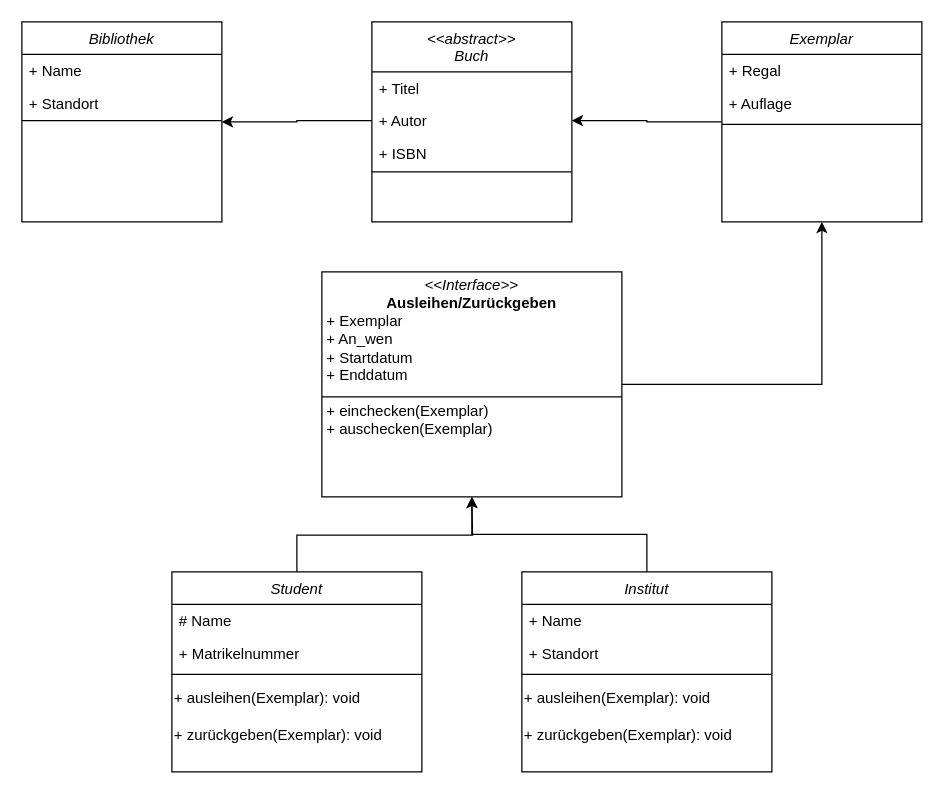
The draw.io diagram 01-05 ER, XML und Klassendiagramm/Aufgabe03/Aufgabe03.drawio in R4Tobi/modellierung, before the edit. Source tidied: cells renumbered, new cells numbered last; positions are measured from the earlier drawing's top-left corner, leaving out a move shared by most shapes. Both pictures are drawn from the tidied source at 125%, with x=0, y=0 at pixel (21, 21).
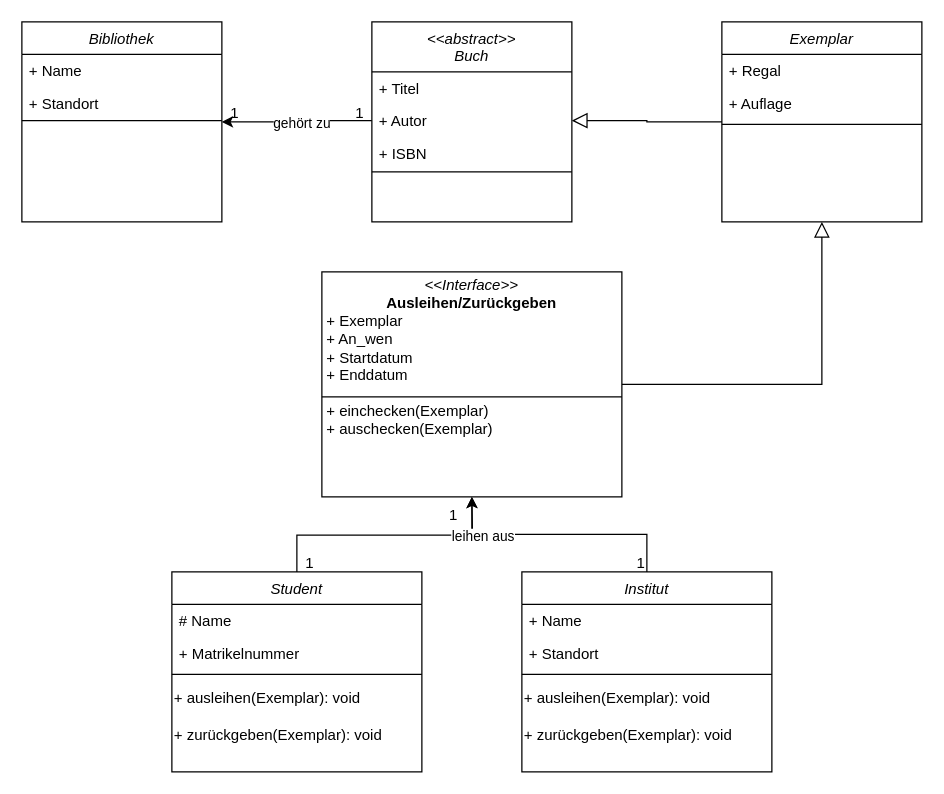
Above is the later version.

Unchanged cells that the change refers to:
```xml
<mxCell id="8" value="+ Autor" style="text;align=left;verticalAlign=top;spacingLeft=4;spacingRight=4;overflow=hidden;points=[[0,0.5],[1,0.5]];portConstraint=eastwest;rounded=0;shadow=0;html=0;" parent="6" vertex="1">
  <mxGeometry y="66" width="160" height="26" as="geometry" />
</mxCell>
<mxCell id="11" value="Exemplar" style="swimlane;fontStyle=2;align=center;verticalAlign=top;horizontal=1;startSize=26;rounded=0;shadow=0;strokeWidth=1;" parent="1" vertex="1">
  <mxGeometry x="560" width="160" height="160" as="geometry" />
</mxCell>
<mxCell id="23" style="edgeStyle=orthogonalEdgeStyle;rounded=0;jettySize=auto;html=1;entryX=0.5;entryY=1;entryDx=0;entryDy=0;" parent="1" edge="1" source="24" target="31">
  <mxGeometry relative="1" as="geometry" />
</mxCell>
<mxCell id="31" value="&lt;p style=&quot;margin:0px;margin-top:4px;text-align:center;&quot;&gt;&lt;i&gt;&amp;lt;&amp;lt;Interface&amp;gt;&amp;gt;&lt;/i&gt;&lt;br&gt;&lt;b&gt;Ausleihen/Zurückgeben&lt;/b&gt;&lt;/p&gt;&lt;p style=&quot;margin:0px;margin-left:4px;&quot;&gt;+ Exemplar&lt;br&gt;+ An_wen&lt;/p&gt;&lt;p style=&quot;margin:0px;margin-left:4px;&quot;&gt;+ Startdatum&lt;/p&gt;&lt;p style=&quot;margin:0px;margin-left:4px;&quot;&gt;+ Enddatum&lt;/p&gt;&lt;p style=&quot;margin:0px;margin-left:4px;&quot;&gt;&lt;span style=&quot;background-color: initial;&quot;&gt;&lt;br&gt;&lt;/span&gt;&lt;/p&gt;&lt;p style=&quot;margin:0px;margin-left:4px;&quot;&gt;&lt;span style=&quot;background-color: initial;&quot;&gt;+ einchecken(Exemplar)&lt;/span&gt;&lt;/p&gt;&lt;p style=&quot;margin:0px;margin-left:4px;&quot;&gt;+ auschecken(Exemplar)&lt;/p&gt;" style="verticalAlign=top;align=left;overflow=fill;html=1;whiteSpace=wrap;" parent="1" vertex="1">
  <mxGeometry x="240" y="200" width="240" height="180" as="geometry" />
</mxCell>
<mxCell id="32" style="edgeStyle=orthogonalEdgeStyle;rounded=0;jettySize=auto;html=1;entryX=0;entryY=0.5;entryDx=0;entryDy=0;startArrow=classic;startFill=1;endArrow=none;endFill=0;" parent="1" edge="1" source="2" target="8">
  <mxGeometry relative="1" as="geometry" />
</mxCell>
```

The edit, as a diff of the source:
```diff
@@
-    <mxCell id="10" style="edgeStyle=orthogonalEdgeStyle;rounded=0;jettySize=auto;html=1;entryX=1;entryY=0.5;entryDx=0;entryDy=0;" parent="1" edge="1" source="11" target="8">
+    <mxCell id="10" style="edgeStyle=orthogonalEdgeStyle;rounded=0;jettySize=auto;html=1;entryX=1;entryY=0.5;entryDx=0;entryDy=0;endArrow=block;endFill=0;endSize=10;" parent="1" edge="1" source="11" target="8">
       <mxGeometry relative="1" as="geometry" />
     </mxCell>
@@
+    <mxCell id="34" value="leihen aus" style="edgeLabel;html=1;align=center;verticalAlign=middle;" parent="23" vertex="1">
+      <mxGeometry x="0.62" y="1" relative="1" as="geometry" />
+    </mxCell>
@@
-    <mxCell id="30" style="edgeStyle=orthogonalEdgeStyle;rounded=0;jettySize=auto;html=1;entryX=0.5;entryY=1;entryDx=0;entryDy=0;" parent="1" edge="1" source="31" target="11">
+    <mxCell id="30" style="edgeStyle=orthogonalEdgeStyle;rounded=0;jettySize=auto;html=1;entryX=0.5;entryY=1;entryDx=0;entryDy=0;endArrow=block;endFill=0;endSize=10;" parent="1" edge="1" source="31" target="11">
       <mxGeometry relative="1" as="geometry" />
     </mxCell>
@@
+    <mxCell id="35" value="gehört zu" style="edgeLabel;html=1;align=center;verticalAlign=middle;" parent="32" vertex="1">
+      <mxGeometry x="0.06" y="-1" relative="1" as="geometry" />
+    </mxCell>
@@
+    <mxCell id="36" value="1" style="text;html=1;align=center;verticalAlign=middle;strokeColor=none;fillColor=none;" parent="1" vertex="1">
+      <mxGeometry x="215" y="418" width="30" height="30" as="geometry" />
+    </mxCell>
+    <mxCell id="37" value="1" style="text;html=1;align=center;verticalAlign=middle;strokeColor=none;fillColor=none;" parent="1" vertex="1">
+      <mxGeometry x="330" y="380" width="30" height="30" as="geometry" />
+    </mxCell>
+    <mxCell id="38" value="1" style="text;html=1;align=center;verticalAlign=middle;strokeColor=none;fillColor=none;" parent="1" vertex="1">
+      <mxGeometry x="480" y="418" width="30" height="30" as="geometry" />
+    </mxCell>
+    <mxCell id="39" value="1" style="text;html=1;align=center;verticalAlign=middle;strokeColor=none;fillColor=none;" parent="1" vertex="1">
+      <mxGeometry x="255" y="58" width="30" height="30" as="geometry" />
+    </mxCell>
+    <mxCell id="40" value="1" style="text;html=1;align=center;verticalAlign=middle;strokeColor=none;fillColor=none;" parent="1" vertex="1">
+      <mxGeometry x="155" y="58" width="30" height="30" as="geometry" />
+    </mxCell>
```
